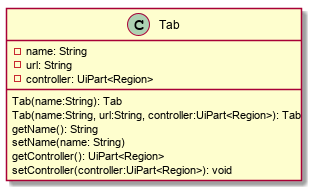
Before: docs/images/TabClassDiagram.png, a diagram exported from PlantUML (nus-cs2103-AY1920S1/addressbook-level3). Its diagram source:
```plantuml
@startuml
class Tab {
    - name: String
    - url: String
    - controller: UiPart<Region>
    Tab(name:String): Tab
    Tab(name:String, url:String, controller:UiPart<Region>): Tab
    getName(): String
    setName(name: String)
    getController(): UiPart<Region>
    setController(controller:UiPart<Region>): void
}
@enduml
```
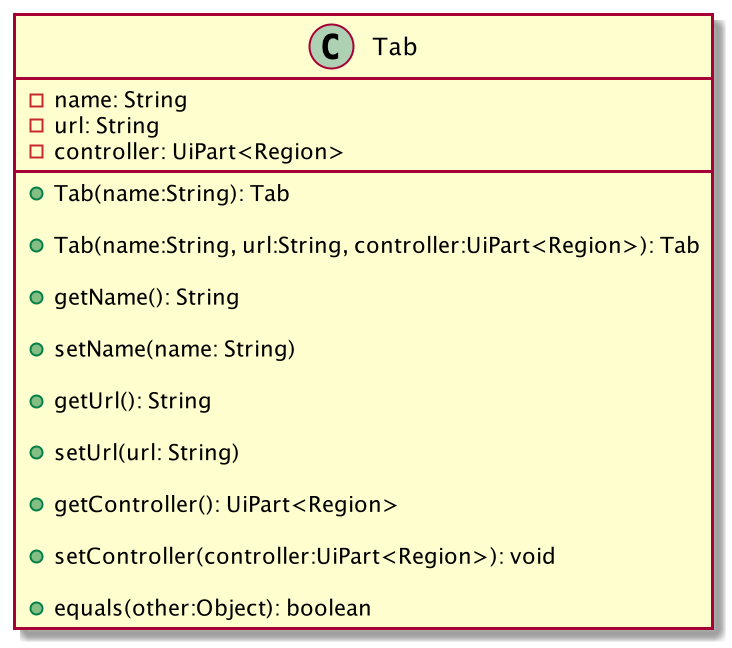
The same diagram one commit later.

Diff of the diagram source:
```diff
@@ -3,11 +3,22 @@
     - name: String
     - url: String
     - controller: UiPart<Region>
-    Tab(name:String): Tab
-    Tab(name:String, url:String, controller:UiPart<Region>): Tab
-    getName(): String
-    setName(name: String)
-    getController(): UiPart<Region>
-    setController(controller:UiPart<Region>): void
+    + Tab(name:String): Tab
+
+    + Tab(name:String, url:String, controller:UiPart<Region>): Tab
+
+    + getName(): String
+
+    + setName(name: String)
+
+    + getUrl(): String
+
+    + setUrl(url: String)
+
+    + getController(): UiPart<Region>
+
+    + setController(controller:UiPart<Region>): void
+
+    + equals(other:Object): boolean
 }
 @enduml
```
